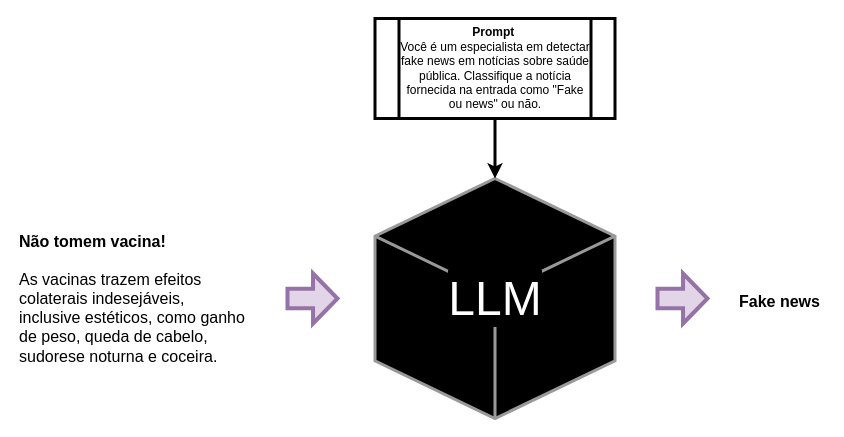
Earlier version of the draw.io diagram blackbox.drawio (viniciusrpb/drawio_flowcharts). Source tidied: cells renumbered, new cells numbered last; positions are measured from the earlier drawing's top-left corner, leaving out a move shared by most shapes. Both pictures are drawn from the tidied source at 100%, with x=0, y=0 at pixel (17, 18).
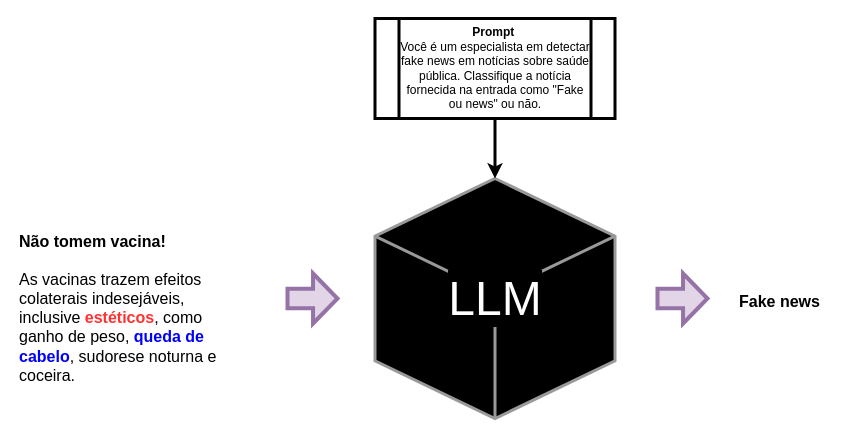
After the change.

Change to the diagram source:
```diff
@@
 <mxGraphModel>
   <root>
     <mxCell id="0" />
     <mxCell id="1" parent="0" />
     <mxCell id="2" style="html=1;shape=mxgraph.basic.isocube;isoAngle=15;fillColor=#000000;strokeColor=#999999;strokeWidth=3;" parent="1" vertex="1">
       <mxGeometry x="357.5" y="160" width="240" height="240" as="geometry" />
     </mxCell>
     <mxCell id="3" value="&lt;font&gt;LLM&lt;/font&gt;" style="text;html=1;whiteSpace=wrap;strokeColor=none;fillColor=none;align=center;verticalAlign=middle;rounded=0;fontColor=#FFFFFF;fontSize=48;labelBackgroundColor=#000000;" parent="1" vertex="1">
       <mxGeometry x="447.5" y="265" width="60" height="30" as="geometry" />
     </mxCell>
-    <mxCell id="4" value="&lt;h1 style=&quot;margin-top: 0px;&quot;&gt;&lt;font style=&quot;font-size: 16px;&quot;&gt;Não tomem vacina!&lt;/font&gt;&lt;/h1&gt;&lt;p&gt;&lt;font style=&quot;font-size: 16px;&quot;&gt;As vacinas trazem efeitos colaterais indesejáveis, inclusive estéticos, como ganho de peso, queda de cabelo, sudorese noturna e coceira.&lt;/font&gt;&lt;/p&gt;" style="text;html=1;whiteSpace=wrap;overflow=hidden;rounded=0;" parent="1" vertex="1">
+    <mxCell id="4" value="&lt;h1 style=&quot;margin-top: 0px;&quot;&gt;&lt;font style=&quot;font-size: 16px;&quot;&gt;Não tomem vacina!&lt;/font&gt;&lt;/h1&gt;&lt;p&gt;&lt;font style=&quot;font-size: 16px;&quot;&gt;As vacinas trazem efeitos colaterais indesejáveis, inclusive &lt;font style=&quot;color: rgb(255, 51, 51);&quot;&gt;&lt;b&gt;estéticos&lt;/b&gt;&lt;/font&gt;, como ganho de peso, &lt;font style=&quot;color: rgb(0, 0, 255);&quot;&gt;&lt;b&gt;queda de cabelo&lt;/b&gt;&lt;/font&gt;, sudorese noturna e coceira.&lt;/font&gt;&lt;/p&gt;" style="text;html=1;whiteSpace=wrap;overflow=hidden;rounded=0;" parent="1" vertex="1">
       <mxGeometry y="200" width="230" height="160" as="geometry" />
     </mxCell>
     <mxCell id="5" style="shape=singleArrow;whiteSpace=wrap;html=1;arrowWidth=0.3875;arrowSize=0.489296875;fillColor=#e1d5e7;strokeColor=#9673a6;strokeWidth=4;" parent="1" vertex="1">
       <mxGeometry x="270" y="255" width="50" height="50" as="geometry" />
     </mxCell>
     <mxCell id="6" style="shape=singleArrow;whiteSpace=wrap;html=1;arrowWidth=0.3875;arrowSize=0.489296875;fillColor=#e1d5e7;strokeColor=#9673a6;strokeWidth=4;" parent="1" vertex="1">
       <mxGeometry x="640" y="255" width="50" height="50" as="geometry" />
     </mxCell>
     <mxCell id="7" value="&lt;h1 style=&quot;margin-top: 0px;&quot;&gt;&lt;span style=&quot;font-size: 16px;&quot;&gt;Fake news&lt;/span&gt;&lt;/h1&gt;" style="text;html=1;whiteSpace=wrap;overflow=hidden;rounded=0;" parent="1" vertex="1">
       <mxGeometry x="720" y="260" width="90" height="40" as="geometry" />
     </mxCell>
     <mxCell id="8" value="&lt;b&gt;Prompt&amp;nbsp;&lt;/b&gt;&lt;div&gt;Você é um especialista em detectar fake news em notícias sobre saúde pública. Classifique a notícia fornecida na entrada como &quot;Fake ou news&quot; ou não.&lt;/div&gt;" style="shape=process;whiteSpace=wrap;html=1;backgroundOutline=1;strokeWidth=3;" parent="1" vertex="1">
       <mxGeometry x="357.5" width="240" height="100" as="geometry" />
     </mxCell>
     <mxCell id="9" style="edgeStyle=orthogonalEdgeStyle;rounded=0;jettySize=auto;html=1;entryX=0.5;entryY=0;entryDx=0;entryDy=0;entryPerimeter=0;strokeWidth=3;" parent="1" edge="1" source="8" target="2">
       <mxGeometry relative="1" as="geometry" />
     </mxCell>
   </root>
 </mxGraphModel>
```
